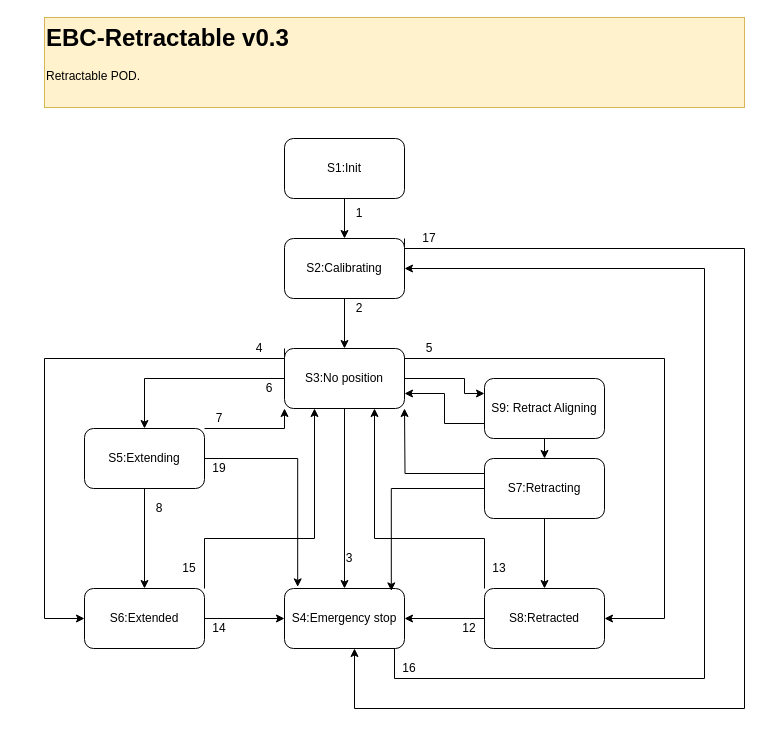
Above: doc/states.drawio in laanovd/EBC-Retractable (draw.io), before the change. Source tidied: cells renumbered, new cells numbered last; positions are measured from the earlier drawing's top-left corner, leaving out a move shared by most shapes. Both pictures are drawn from the tidied source at 100%, with x=0, y=0 at pixel (44, 17).
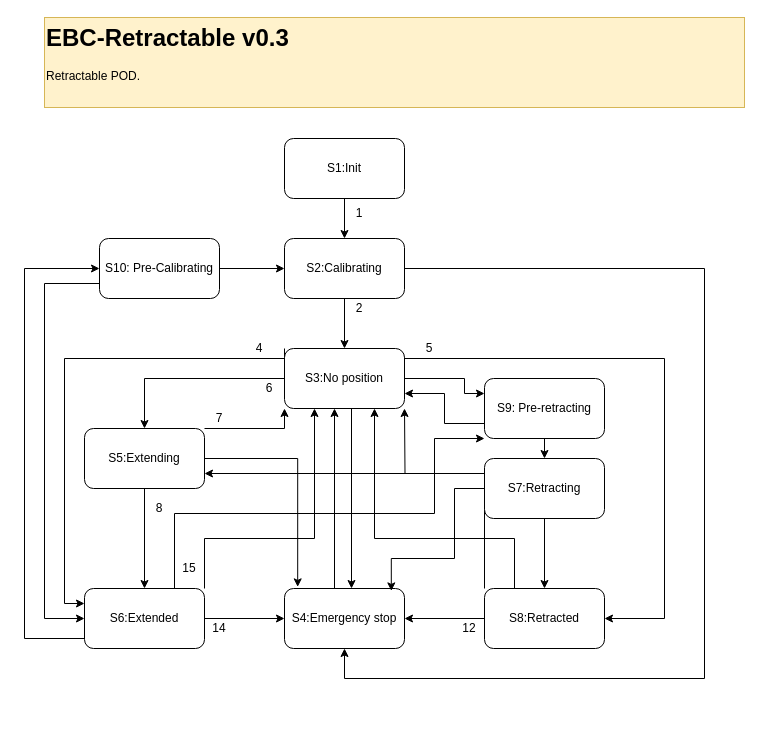
The same diagram, later.

Commit message (it also covers changes not shown here):
Added pre calibrating state

Unchanged cells that the change refers to:
```xml
<mxCell id="3" value="S4:Emergency stop" style="rounded=1;whiteSpace=wrap;html=1;" parent="1" vertex="1">
  <mxGeometry x="240" y="571" width="120" height="60" as="geometry" />
</mxCell>
<mxCell id="11" value="S3:No position" style="rounded=1;whiteSpace=wrap;html=1;" parent="1" vertex="1">
  <mxGeometry x="240" y="331" width="120" height="60" as="geometry" />
</mxCell>
<mxCell id="14" value="S2:Calibrating" style="rounded=1;whiteSpace=wrap;html=1;" parent="1" vertex="1">
  <mxGeometry x="240" y="221" width="120" height="60" as="geometry" />
</mxCell>
<mxCell id="17" value="S8:Retracted" style="rounded=1;whiteSpace=wrap;html=1;" parent="1" vertex="1">
  <mxGeometry x="440" y="571" width="120" height="60" as="geometry" />
</mxCell>
<mxCell id="20" value="S6:Extended" style="rounded=1;whiteSpace=wrap;html=1;" parent="1" vertex="1">
  <mxGeometry x="40" y="571" width="120" height="60" as="geometry" />
</mxCell>
<mxCell id="23" value="S5:Extending" style="rounded=1;whiteSpace=wrap;html=1;" parent="1" vertex="1">
  <mxGeometry x="40" y="411" width="120" height="60" as="geometry" />
</mxCell>
<mxCell id="26" value="S7:Retracting" style="rounded=1;whiteSpace=wrap;html=1;" parent="1" vertex="1">
  <mxGeometry x="440" y="441" width="120" height="60" as="geometry" />
</mxCell>
```

Diff of the diagram source:
```diff
@@
-    <mxCell id="2" style="edgeStyle=orthogonalEdgeStyle;rounded=0;jettySize=auto;html=1;entryX=1;entryY=0.5;entryDx=0;entryDy=0;" parent="1" edge="1" source="3" target="14">
+    <mxCell id="2" style="edgeStyle=orthogonalEdgeStyle;rounded=0;jettySize=auto;html=1;entryX=1;entryY=0.5;entryDx=0;entryDy=0;endArrow=none;endFill=0;startArrow=classic;startFill=1;" parent="1" edge="1" source="3" target="14">
       <mxGeometry relative="1" as="geometry">
         <Array as="points">
-          <mxPoint x="350" y="661" />
+          <mxPoint x="300" y="661" />
           <mxPoint x="660" y="661" />
           <mxPoint x="660" y="251" />
         </Array>
       </mxGeometry>
     </mxCell>
+    <mxCell id="48" style="edgeStyle=none;html=1;entryX=0.5;entryY=1;entryDx=0;entryDy=0;" parent="1" edge="1">
+      <mxGeometry relative="1" as="geometry">
+        <mxPoint x="290" y="571" as="sourcePoint" />
+        <mxPoint x="290" y="391" as="targetPoint" />
+      </mxGeometry>
+    </mxCell>
@@
-    <mxCell id="7" style="edgeStyle=orthogonalEdgeStyle;rounded=0;jettySize=auto;html=1;exitX=0.5;exitY=1;exitDx=0;exitDy=0;entryX=0.5;entryY=0;entryDx=0;entryDy=0;" parent="1" edge="1" source="11" target="3">
-      <mxGeometry relative="1" as="geometry" />
-    </mxCell>
@@
-    <mxCell id="9" style="edgeStyle=orthogonalEdgeStyle;rounded=0;jettySize=auto;html=1;exitX=0;exitY=0;exitDx=0;exitDy=0;entryX=0;entryY=0.5;entryDx=0;entryDy=0;" parent="1" edge="1" source="11" target="20">
+    <mxCell id="9" style="edgeStyle=orthogonalEdgeStyle;rounded=0;jettySize=auto;html=1;exitX=0;exitY=0;exitDx=0;exitDy=0;entryX=0;entryY=0.25;entryDx=0;entryDy=0;" parent="1" edge="1" source="11" target="20">
       <mxGeometry relative="1" as="geometry">
         <Array as="points">
           <mxPoint x="240" y="341" />
-          <mxPoint y="341" />
-          <mxPoint y="601" />
+          <mxPoint x="20" y="341" />
+          <mxPoint x="20" y="586" />
         </Array>
       </mxGeometry>
     </mxCell>
@@
+    <mxCell id="49" style="edgeStyle=none;html=1;exitX=0.5;exitY=1;exitDx=0;exitDy=0;" parent="1" edge="1">
+      <mxGeometry relative="1" as="geometry">
+        <mxPoint x="307" y="391" as="sourcePoint" />
+        <mxPoint x="307" y="571" as="targetPoint" />
+      </mxGeometry>
+    </mxCell>
@@
-    <mxCell id="13" style="edgeStyle=orthogonalEdgeStyle;rounded=0;jettySize=auto;html=1;exitX=1;exitY=0;exitDx=0;exitDy=0;" parent="1" edge="1" source="14">
-      <mxGeometry relative="1" as="geometry">
-        <mxPoint x="310" y="631" as="targetPoint" />
-        <Array as="points">
-          <mxPoint x="360" y="231" />
-          <mxPoint x="700" y="231" />
-          <mxPoint x="700" y="691" />
-          <mxPoint x="310" y="691" />
-          <mxPoint x="310" y="631" />
-        </Array>
-      </mxGeometry>
-    </mxCell>
@@
-    <mxCell id="16" style="edgeStyle=orthogonalEdgeStyle;rounded=0;jettySize=auto;html=1;exitX=0;exitY=0;exitDx=0;exitDy=0;entryX=0.75;entryY=1;entryDx=0;entryDy=0;" parent="1" edge="1" source="17" target="11">
+    <mxCell id="16" style="edgeStyle=orthogonalEdgeStyle;rounded=0;jettySize=auto;html=1;exitX=0.25;exitY=0;exitDx=0;exitDy=0;entryX=0.75;entryY=1;entryDx=0;entryDy=0;" parent="1" edge="1" source="17" target="11">
       <mxGeometry relative="1" as="geometry">
         <Array as="points">
-          <mxPoint x="440" y="521" />
+          <mxPoint x="470" y="521" />
           <mxPoint x="330" y="521" />
         </Array>
       </mxGeometry>
     </mxCell>
+    <mxCell id="50" style="edgeStyle=orthogonalEdgeStyle;rounded=0;html=1;exitX=0;exitY=0;exitDx=0;exitDy=0;entryX=1;entryY=0.75;entryDx=0;entryDy=0;" parent="1" edge="1" source="17" target="23">
+      <mxGeometry relative="1" as="geometry" />
+    </mxCell>
@@
+    <mxCell id="51" style="edgeStyle=orthogonalEdgeStyle;html=1;entryX=0;entryY=0.5;entryDx=0;entryDy=0;startArrow=none;startFill=0;endArrow=classic;endFill=1;rounded=0;" parent="1" edge="1" source="20" target="55">
+      <mxGeometry relative="1" as="geometry">
+        <Array as="points">
+          <mxPoint x="-20" y="621" />
+          <mxPoint x="-20" y="251" />
+        </Array>
+      </mxGeometry>
+    </mxCell>
+    <mxCell id="52" style="edgeStyle=orthogonalEdgeStyle;rounded=0;html=1;exitX=0.75;exitY=0;exitDx=0;exitDy=0;entryX=0;entryY=1;entryDx=0;entryDy=0;" parent="1" edge="1" source="20" target="47">
+      <mxGeometry relative="1" as="geometry">
+        <Array as="points">
+          <mxPoint x="130" y="496" />
+          <mxPoint x="390" y="496" />
+          <mxPoint x="390" y="421" />
+        </Array>
+      </mxGeometry>
+    </mxCell>
@@
-    <mxCell id="29" value="3" style="text;html=1;align=center;verticalAlign=middle;whiteSpace=wrap;rounded=0;" parent="1" vertex="1">
-      <mxGeometry x="290" y="531" width="30" height="20" as="geometry" />
-    </mxCell>
@@
-    <mxCell id="37" value="16" style="text;html=1;align=center;verticalAlign=middle;whiteSpace=wrap;rounded=0;" parent="1" vertex="1">
-      <mxGeometry x="350" y="641" width="30" height="20" as="geometry" />
-    </mxCell>
-    <mxCell id="38" value="17" style="text;html=1;align=center;verticalAlign=middle;whiteSpace=wrap;rounded=0;" parent="1" vertex="1">
-      <mxGeometry x="370" y="211" width="30" height="20" as="geometry" />
-    </mxCell>
-    <mxCell id="39" value="13" style="text;html=1;align=center;verticalAlign=middle;whiteSpace=wrap;rounded=0;" parent="1" vertex="1">
-      <mxGeometry x="440" y="541" width="30" height="20" as="geometry" />
-    </mxCell>
@@
     <mxCell id="42" style="edgeStyle=orthogonalEdgeStyle;rounded=0;jettySize=auto;html=1;entryX=0.89;entryY=0.04;entryDx=0;entryDy=0;entryPerimeter=0;" parent="1" edge="1" source="26" target="3">
-      <mxGeometry relative="1" as="geometry" />
+      <mxGeometry relative="1" as="geometry">
+        <Array as="points">
+          <mxPoint x="410" y="471" />
+          <mxPoint x="410" y="541" />
+          <mxPoint x="347" y="541" />
+        </Array>
+      </mxGeometry>
     </mxCell>
@@
-    <mxCell id="44" value="19" style="text;html=1;align=center;verticalAlign=middle;whiteSpace=wrap;rounded=0;" parent="1" vertex="1">
-      <mxGeometry x="160" y="441" width="30" height="20" as="geometry" />
-    </mxCell>
@@
-    <mxCell id="47" value="S9: Retract Aligning" style="rounded=1;whiteSpace=wrap;html=1;" parent="1" vertex="1">
+    <mxCell id="47" value="S9: Pre-retracting" style="rounded=1;whiteSpace=wrap;html=1;" parent="1" vertex="1">
       <mxGeometry x="440" y="361" width="120" height="60" as="geometry" />
     </mxCell>
+    <mxCell id="53" style="edgeStyle=orthogonalEdgeStyle;rounded=0;html=1;startArrow=none;startFill=0;endArrow=classic;endFill=1;" parent="1" edge="1" source="55" target="14">
+      <mxGeometry relative="1" as="geometry" />
+    </mxCell>
+    <mxCell id="54" style="html=1;exitX=0;exitY=0.75;exitDx=0;exitDy=0;entryX=0;entryY=0.5;entryDx=0;entryDy=0;rounded=0;edgeStyle=orthogonalEdgeStyle;" parent="1" edge="1" source="55" target="20">
+      <mxGeometry relative="1" as="geometry">
+        <Array as="points">
+          <mxPoint y="266" />
+          <mxPoint y="601" />
+        </Array>
+      </mxGeometry>
+    </mxCell>
+    <mxCell id="55" value="S10: Pre-Calibrating" style="rounded=1;whiteSpace=wrap;html=1;" parent="1" vertex="1">
+      <mxGeometry x="55" y="221" width="120" height="60" as="geometry" />
+    </mxCell>
```
